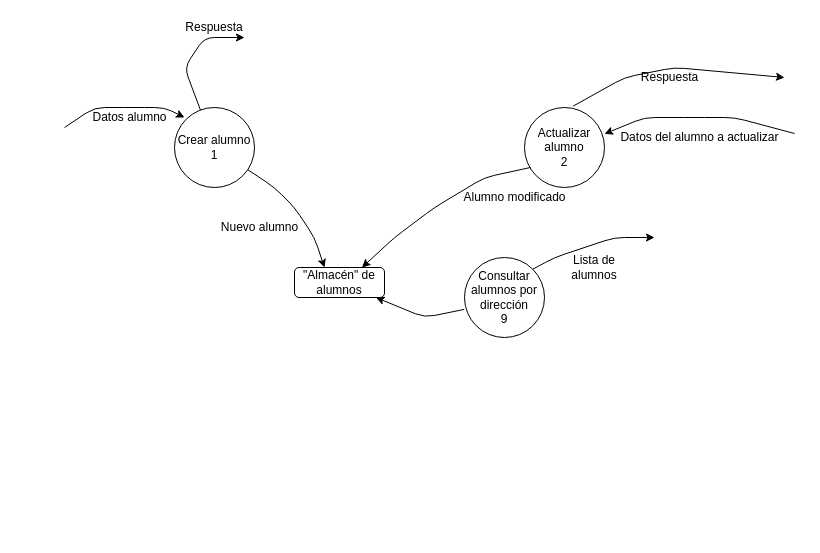
Earlier version of the draw.io diagram DFD-CRUD-TEC5.drawio (ivannsilvero/crud-tec5). Source tidied: cells renumbered, new cells numbered last; positions are measured from the earlier drawing's top-left corner, leaving out a move shared by most shapes. Both pictures are drawn from the tidied source at 100%, with x=0, y=0 at pixel (64, 17).
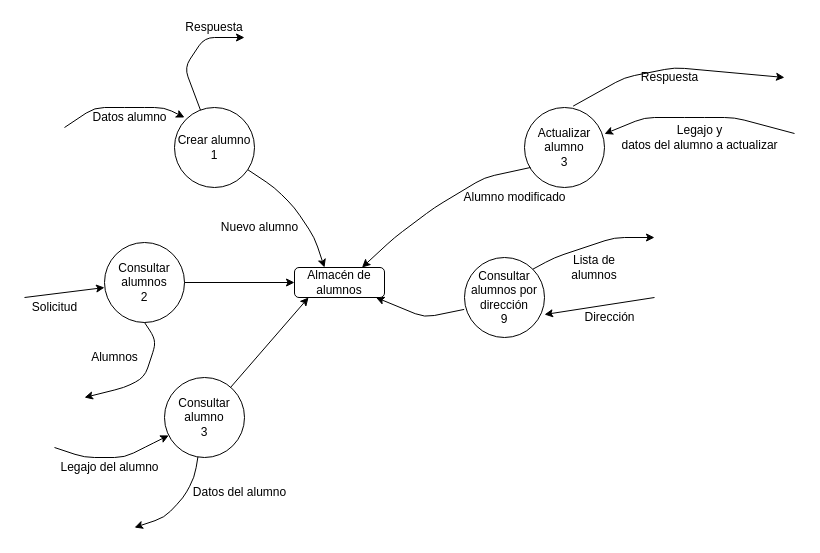
After the change.

Unchanged cells that the change refers to:
```xml
<mxCell id="6" value="Consultar alumnos por dirección&lt;br&gt;9" style="ellipse;whiteSpace=wrap;html=1;" parent="1" vertex="1">
  <mxGeometry x="400" y="240" width="80" height="80" as="geometry" />
</mxCell>
```

What changed in the source:
```diff
@@
-    <mxCell id="10" value="&quot;Almacén&quot; de alumnos" style="rounded=1;whiteSpace=wrap;html=1;" parent="1" vertex="1">
+    <mxCell id="10" value="Almacén de alumnos" style="rounded=1;whiteSpace=wrap;html=1;" parent="1" vertex="1">
       <mxGeometry x="230" y="250" width="90" height="30" as="geometry" />
     </mxCell>
@@
-    <mxCell id="13" value="Actualizar alumno&lt;br&gt;2" style="ellipse;whiteSpace=wrap;html=1;" parent="1" vertex="1">
+    <mxCell id="13" value="Actualizar alumno&lt;br&gt;3" style="ellipse;whiteSpace=wrap;html=1;" parent="1" vertex="1">
       <mxGeometry x="460" y="90" width="80" height="80" as="geometry" />
     </mxCell>
@@
-    <mxCell id="15" value="Datos del alumno a actualizar" style="text;html=1;align=center;verticalAlign=middle;" parent="1" vertex="1">
-      <mxGeometry x="550" y="110" width="170" height="20" as="geometry" />
+    <mxCell id="15" value="Legajo y &lt;br&gt;datos del alumno a actualizar" style="text;html=1;align=center;verticalAlign=middle;" parent="1" vertex="1">
+      <mxGeometry x="550" y="105" width="170" height="30" as="geometry" />
     </mxCell>
@@
+    <mxCell id="21" style="endArrow=classic;html=1;entryX=1;entryY=0.713;entryDx=0;entryDy=0;entryPerimeter=0;" parent="1" edge="1" target="6">
+      <mxGeometry relative="1" as="geometry">
+        <mxPoint x="590" y="280" as="sourcePoint" />
+      </mxGeometry>
+    </mxCell>
+    <mxCell id="22" value="Dirección" style="text;html=1;align=center;verticalAlign=middle;" parent="1" vertex="1">
+      <mxGeometry x="510" y="290" width="70" height="20" as="geometry" />
+    </mxCell>
+    <mxCell id="23" value="Consultar alumnos&lt;br&gt;2" style="ellipse;whiteSpace=wrap;html=1;" parent="1" vertex="1">
+      <mxGeometry x="40" y="225" width="80" height="80" as="geometry" />
+    </mxCell>
+    <mxCell id="24" style="endArrow=classic;html=1;entryX=0;entryY=0.563;entryDx=0;entryDy=0;entryPerimeter=0;" parent="1" edge="1" target="23">
+      <mxGeometry relative="1" as="geometry">
+        <mxPoint x="-40" y="280" as="sourcePoint" />
+      </mxGeometry>
+    </mxCell>
+    <mxCell id="25" value="Solicitud" style="text;html=1;align=center;verticalAlign=middle;" parent="1" vertex="1">
+      <mxGeometry x="-40" y="280" width="60" height="20" as="geometry" />
+    </mxCell>
+    <mxCell id="26" style="endArrow=classic;html=1;exitX=1;exitY=0.5;exitDx=0;exitDy=0;entryX=0;entryY=0.5;entryDx=0;entryDy=0;" parent="1" edge="1" source="23" target="10">
+      <mxGeometry relative="1" as="geometry" />
+    </mxCell>
+    <mxCell id="27" style="endArrow=classic;html=1;exitX=0.5;exitY=1;exitDx=0;exitDy=0;" parent="1" edge="1" source="23">
+      <mxGeometry relative="1" as="geometry">
+        <mxPoint x="20" y="380" as="targetPoint" />
+        <Array as="points">
+          <mxPoint x="90" y="320" />
+          <mxPoint x="90" y="330" />
+          <mxPoint x="80" y="360" />
+          <mxPoint x="60" y="370" />
+        </Array>
+      </mxGeometry>
+    </mxCell>
+    <mxCell id="28" value="Alumnos" style="text;html=1;align=center;verticalAlign=middle;" parent="1" vertex="1">
+      <mxGeometry x="20" y="330" width="60" height="20" as="geometry" />
+    </mxCell>
+    <mxCell id="29" value="Consultar alumno&lt;br&gt;3" style="ellipse;whiteSpace=wrap;html=1;" parent="1" vertex="1">
+      <mxGeometry x="100" y="360" width="80" height="80" as="geometry" />
+    </mxCell>
+    <mxCell id="30" style="endArrow=classic;html=1;" parent="1" edge="1" target="29">
+      <mxGeometry relative="1" as="geometry">
+        <mxPoint x="-10" y="430" as="sourcePoint" />
+        <Array as="points">
+          <mxPoint x="20" y="440" />
+          <mxPoint x="60" y="440" />
+          <mxPoint x="80" y="430" />
+        </Array>
+      </mxGeometry>
+    </mxCell>
+    <mxCell id="31" value="Legajo del alumno" style="text;html=1;align=center;verticalAlign=middle;" parent="1" vertex="1">
+      <mxGeometry x="-10" y="440" width="110" height="20" as="geometry" />
+    </mxCell>
+    <mxCell id="32" style="endArrow=classic;html=1;" parent="1" edge="1" source="29">
+      <mxGeometry relative="1" as="geometry">
+        <mxPoint x="70" y="510" as="targetPoint" />
+        <Array as="points">
+          <mxPoint x="130" y="460" />
+          <mxPoint x="119" y="480" />
+          <mxPoint x="100" y="500" />
+        </Array>
+      </mxGeometry>
+    </mxCell>
+    <mxCell id="33" value="Datos del alumno" style="text;html=1;align=center;verticalAlign=middle;" parent="1" vertex="1">
+      <mxGeometry x="120" y="465" width="110" height="20" as="geometry" />
+    </mxCell>
+    <mxCell id="34" style="endArrow=classic;html=1;entryX=0.156;entryY=1;entryDx=0;entryDy=0;entryPerimeter=0;" parent="1" edge="1" source="29" target="10">
+      <mxGeometry relative="1" as="geometry" />
+    </mxCell>
```
